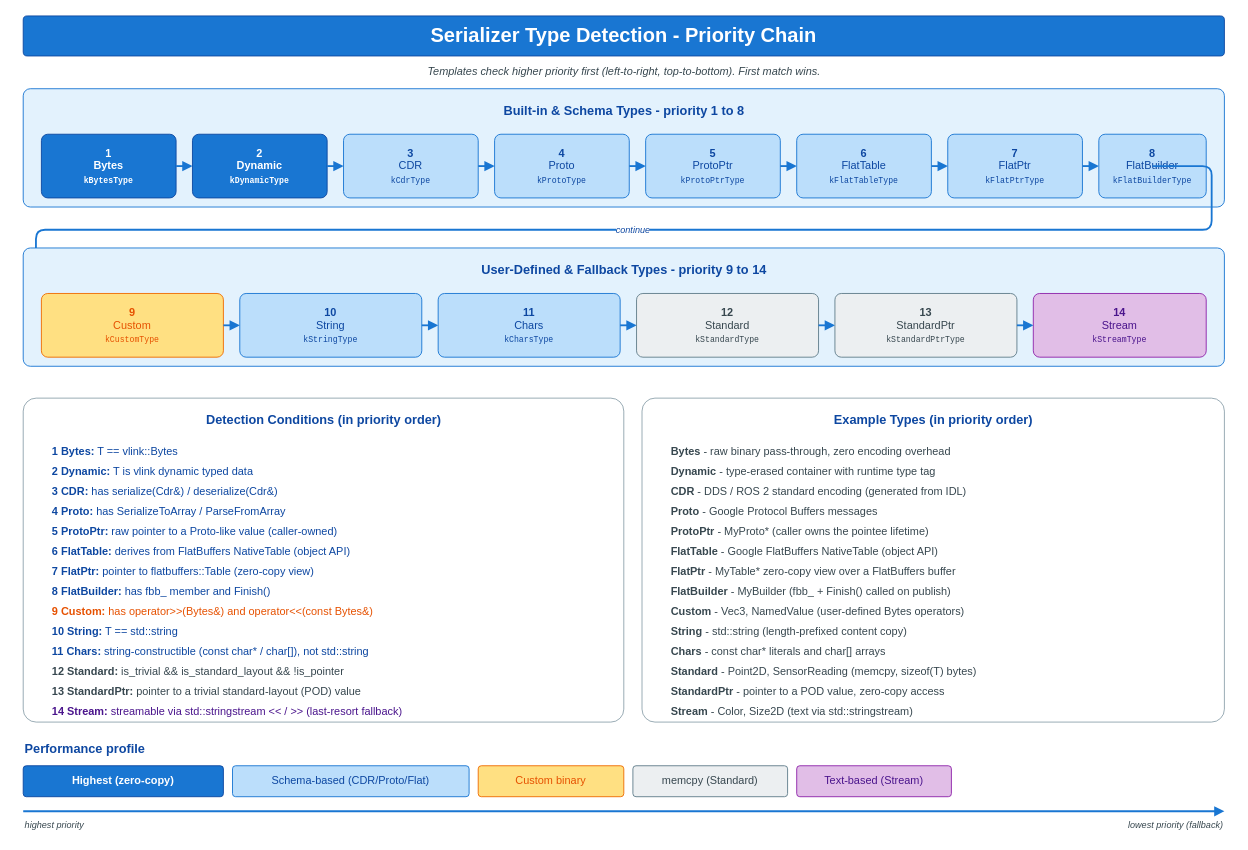
Before: examples/serialization/basic_types/images/serialization-type-chain.drawio in thun-res/vlink, a draw.io diagram. Source tidied: cells renumbered, new cells numbered last; positions are measured from the earlier drawing's top-left corner, leaving out a move shared by most shapes. Both pictures are drawn from the tidied source at 91%, with x=0, y=0 at pixel (23, 15).
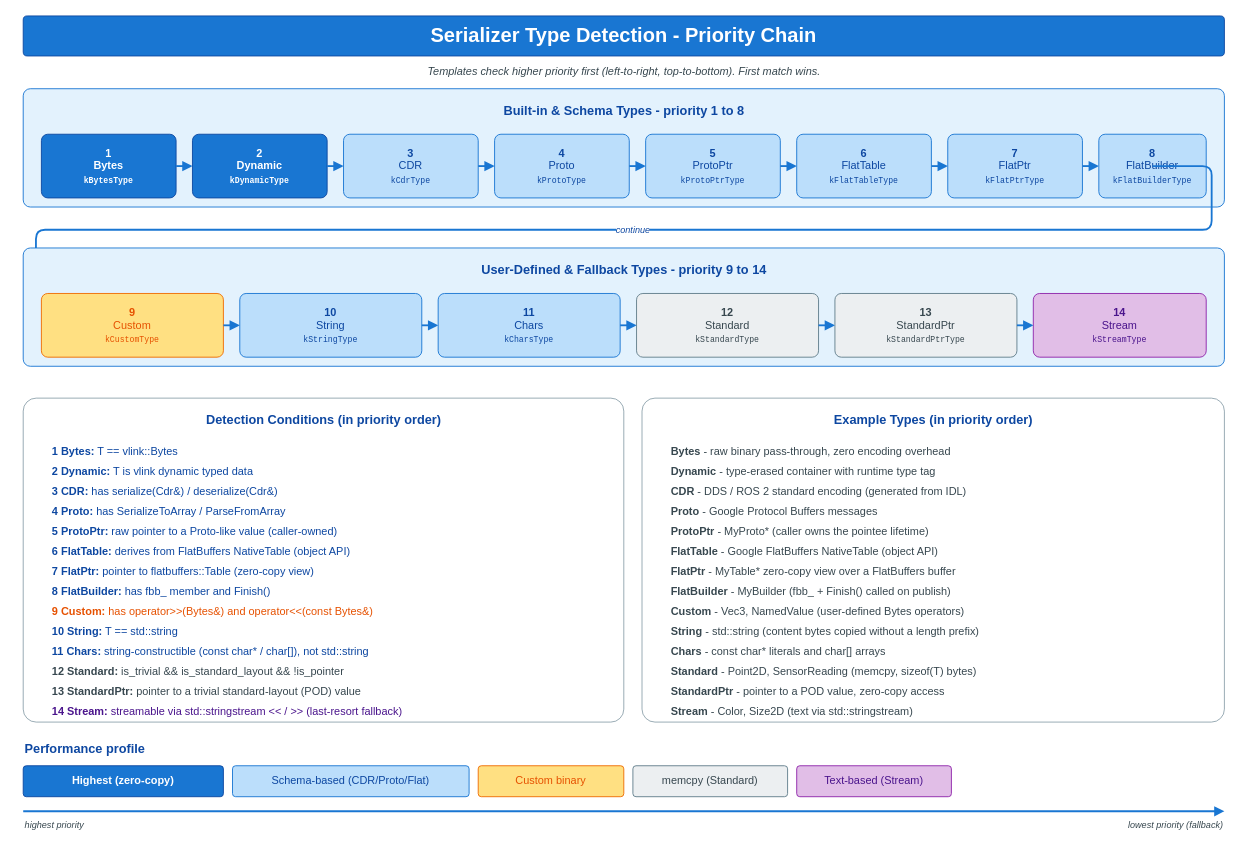
Above is the later version.

Change to the diagram source:
```diff
@@
-    <mxCell id="62" value="&lt;b&gt;String&lt;/b&gt;  -  std::string (length-prefixed content copy)" style="text;html=1;align=left;verticalAlign=middle;strokeColor=none;fillColor=none;fontSize=12;fontColor=#37474f;fontFamily=Helvetica;" parent="1" vertex="1">
+    <mxCell id="62" value="&lt;b&gt;String&lt;/b&gt;  -  std::string (content bytes copied without a length prefix)" style="text;html=1;align=left;verticalAlign=middle;strokeColor=none;fillColor=none;fontSize=12;fontColor=#37474f;fontFamily=Helvetica;" parent="1" vertex="1">
       <mxGeometry x="710" y="666" width="600" height="22" as="geometry" />
     </mxCell>
```
